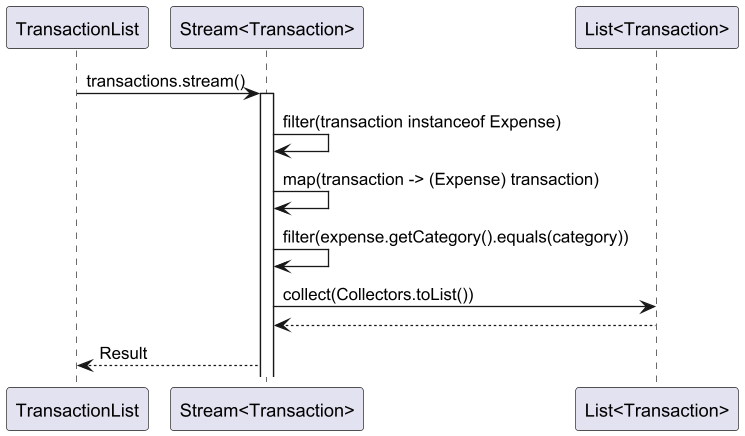
Before: docs/diagrams/TransactionList/transactionlist-Sequence-SearchByCategoty-diagram.png, a diagram exported from PlantUML (nus-cs2113-AY2425S1/tp).
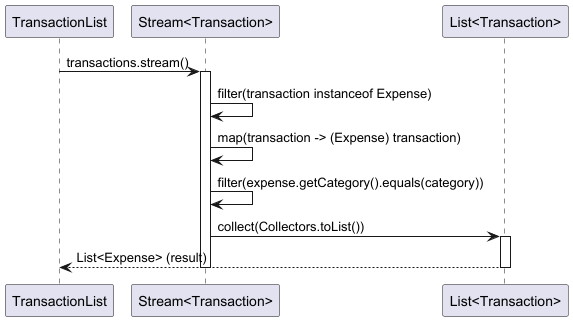
After the commit.

Commit message:
modify getexpensebycategory-sequence-diagram

Diff of the diagram source:
```diff
@@ -1,14 +1,18 @@
 @startuml
 participant "TransactionList" as TL
 participant "Stream<Transaction>" as Stream
-participant "List<Transaction>" as Result
+participant "List<Transaction>" as List
 
-TL -> Stream : transactions.stream()
+TL -> Stream: transactions.stream()
 activate Stream
-Stream -> Stream : filter(transaction instanceof Expense)
-Stream -> Stream : map(transaction -> (Expense) transaction)
-Stream -> Stream : filter(expense.getCategory().equals(category))
-Stream -> Result : collect(Collectors.toList())
-Result --> Stream
-Stream --> TL : Result
+
+Stream -> Stream: filter(transaction instanceof Expense)
+Stream -> Stream: map(transaction -> (Expense) transaction)
+Stream -> Stream: filter(expense.getCategory().equals(category))
+Stream -> List: collect(Collectors.toList())
+activate List
+
+List --> TL: List<Expense> (result)
+deactivate List
+deactivate Stream
 @enduml
```
